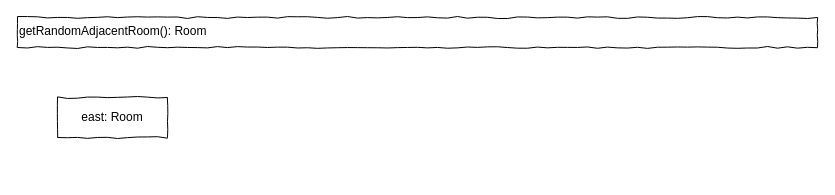
The draw.io diagram page "Room" (4 of 6) of concept/classes.drawio in AljoshaVieth/SoftwareDesignTextAdventure, before the edit. Source tidied: cells renumbered, new cells numbered last; positions are measured from the earlier drawing's top-left corner, leaving out a move shared by most shapes. Both pictures are drawn from the tidied source at 100%, with x=0, y=0 at pixel (17, 17).
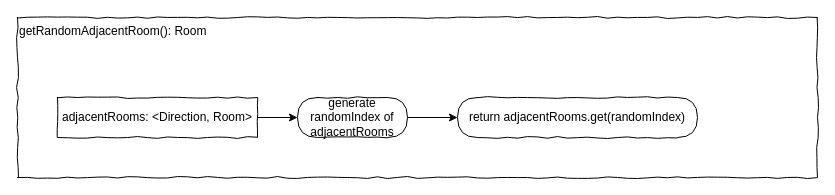
The same page after the edit.

The edit, as a diff of the source:
```diff
@@
 <mxGraphModel>
   <root>
     <mxCell id="0" />
     <mxCell id="1" parent="0" />
     <mxCell id="2" value="&lt;div style=&quot;text-align: left&quot;&gt;&lt;span style=&quot;text-align: center&quot;&gt;getRandomAdjacentRoom(): Room&lt;/span&gt;&lt;br&gt;&lt;/div&gt;" style="rounded=0;whiteSpace=wrap;html=1;shadow=0;glass=0;comic=1;strokeColor=#000000;labelPosition=center;verticalLabelPosition=middle;align=left;verticalAlign=top;absoluteArcSize=1;arcSize=50;" parent="1" vertex="1">
-      <mxGeometry width="800" height="30" as="geometry" />
+      <mxGeometry width="800" height="160" as="geometry" />
     </mxCell>
+    <mxCell id="4" style="edgeStyle=orthogonalEdgeStyle;rounded=0;jettySize=auto;html=1;entryX=0;entryY=0.5;entryDx=0;entryDy=0;" parent="1" edge="1" source="3" target="6">
+      <mxGeometry relative="1" as="geometry" />
+    </mxCell>
-    <mxCell id="3" value="&lt;div style=&quot;text-align: left&quot;&gt;east: Room&lt;/div&gt;" style="rounded=0;whiteSpace=wrap;html=1;comic=1;" parent="1" vertex="1">
-      <mxGeometry x="40" y="80" width="110" height="40" as="geometry" />
+    <mxCell id="3" value="&lt;div style=&quot;text-align: left&quot;&gt;&lt;span&gt;adjacentRooms: &amp;lt;Direction, Room&amp;gt;&lt;/span&gt;&lt;br&gt;&lt;/div&gt;" style="rounded=0;whiteSpace=wrap;html=1;comic=1;" parent="1" vertex="1">
+      <mxGeometry x="40" y="80" width="200" height="40" as="geometry" />
     </mxCell>
+    <mxCell id="5" style="edgeStyle=orthogonalEdgeStyle;rounded=0;jettySize=auto;html=1;entryX=0;entryY=0.5;entryDx=0;entryDy=0;" parent="1" edge="1" source="6" target="7">
+      <mxGeometry relative="1" as="geometry" />
+    </mxCell>
+    <mxCell id="6" value="generate randomIndex of adjacentRooms" style="rounded=1;whiteSpace=wrap;html=1;absoluteArcSize=1;arcSize=50;strokeWidth=1;shadow=0;comic=1;align=center;" parent="1" vertex="1">
+      <mxGeometry x="280" y="80" width="110" height="40" as="geometry" />
+    </mxCell>
+    <mxCell id="7" value="return adjacentRooms.get(randomIndex)" style="rounded=1;whiteSpace=wrap;html=1;absoluteArcSize=1;arcSize=50;strokeWidth=1;shadow=0;comic=1;align=center;" parent="1" vertex="1">
+      <mxGeometry x="440" y="80" width="240" height="40" as="geometry" />
+    </mxCell>
   </root>
 </mxGraphModel>
```
